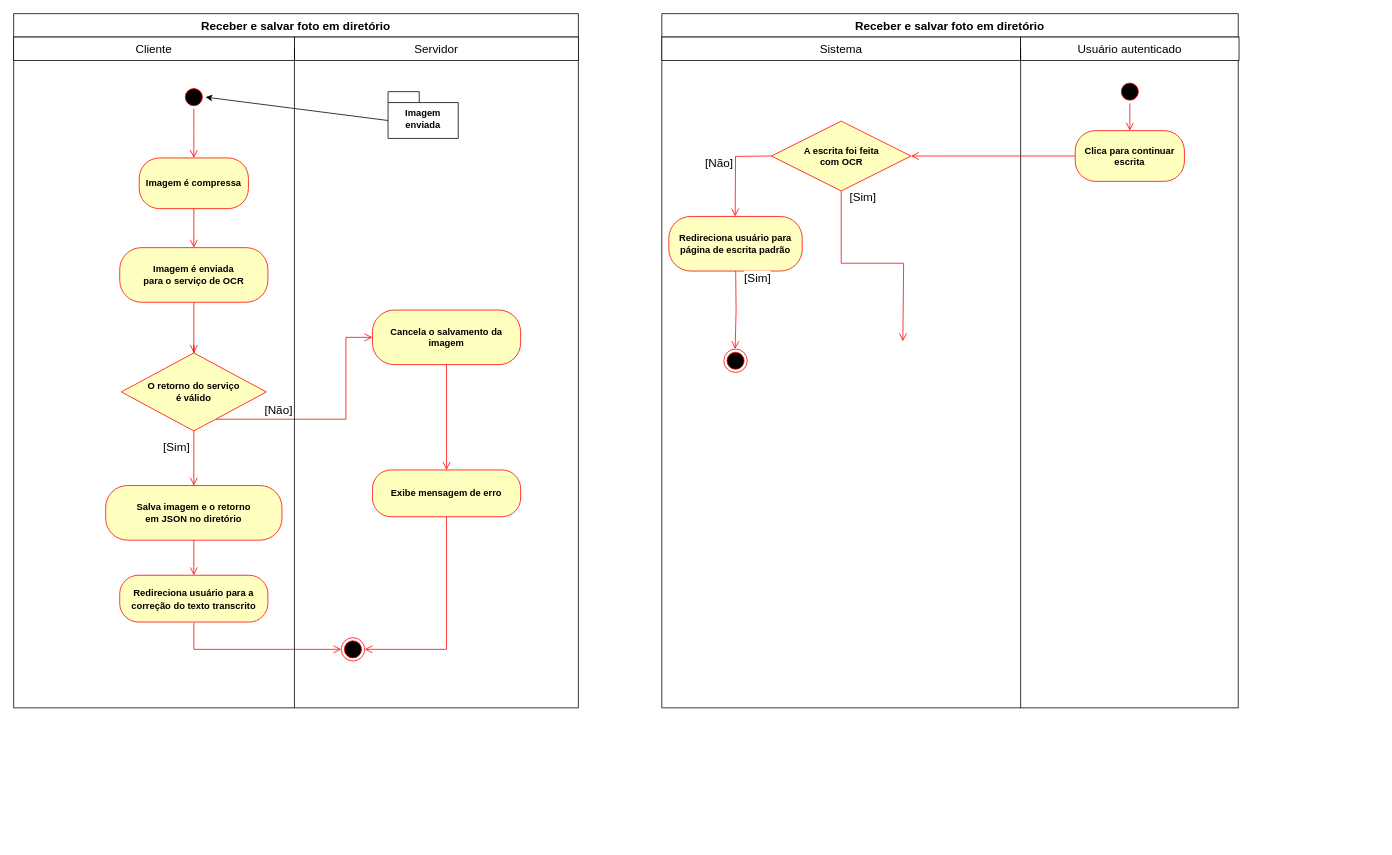
zanellaz/javascripto keeps this draw.io diagram as Atividade.drawio. Above is the earlier version. Source tidied: cells renumbered, new cells numbered last; positions are measured from the earlier drawing's top-left corner, leaving out a move shared by most shapes. Both pictures are drawn from the tidied source at 78%, with x=0, y=0 at pixel (13, 13).
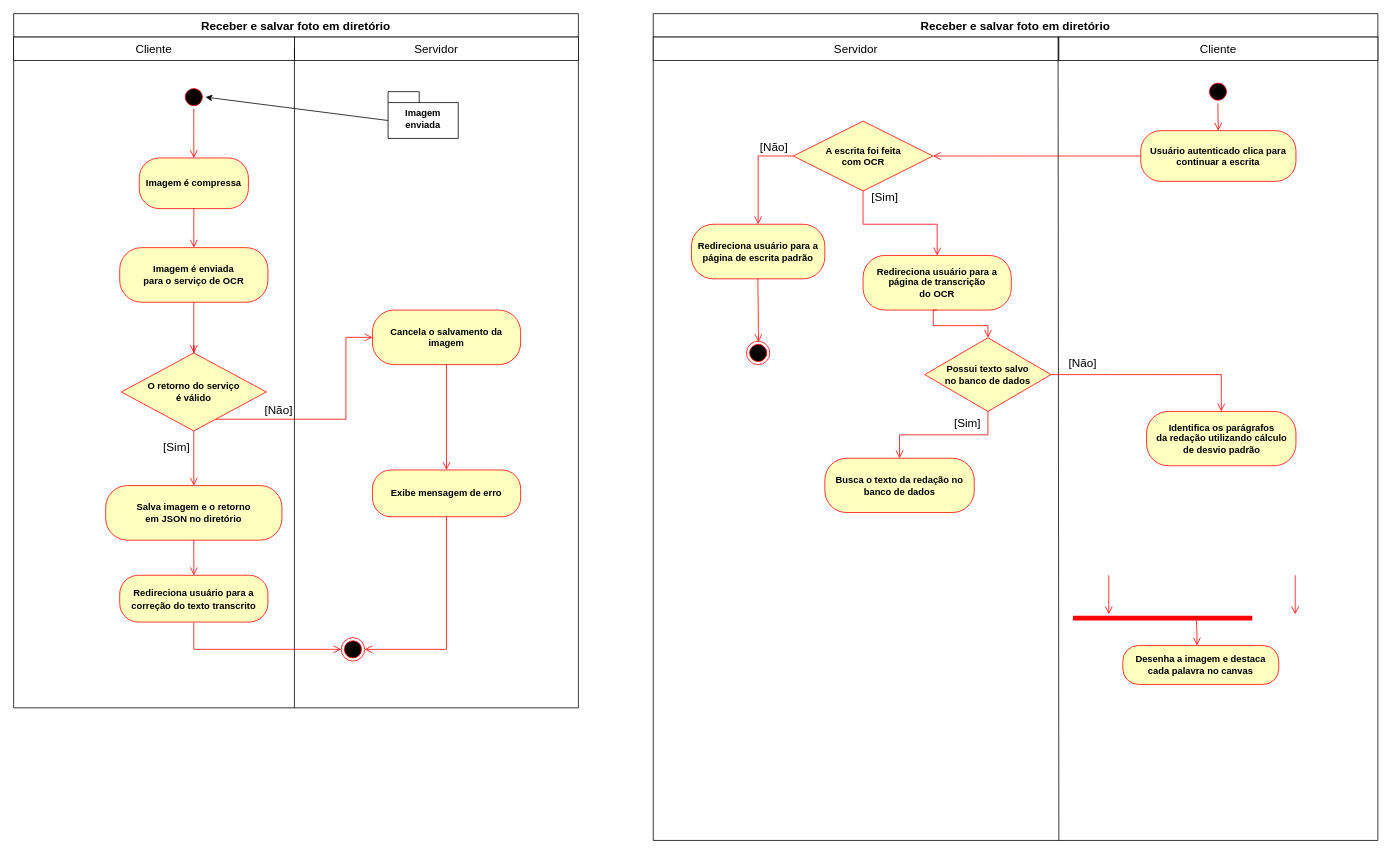
Above is the later version.

The change refers to these unchanged cells:
```xml
<mxCell id="20" style="ellipse;html=1;shape=endState;fillColor=#000000;strokeColor=#ff0000;" parent="2" vertex="1">
  <mxGeometry x="420" y="800" width="30" height="30" as="geometry" />
</mxCell>
```

The edit, as a diff of the source:
```diff
@@
     <mxCell id="26" value="&lt;font style=&quot;font-size: 15px;&quot;&gt;Receber e salvar foto em diretório&lt;/font&gt;" style="swimlane;whiteSpace=wrap;html=1;startSize=30;" parent="1" vertex="1">
-      <mxGeometry x="831" width="739" height="890" as="geometry" />
+      <mxGeometry x="820" width="929" height="1060" as="geometry" />
     </mxCell>
     <mxCell id="27" style="ellipse;html=1;shape=startState;fillColor=#000000;strokeColor=#ff0000;" parent="26" vertex="1">
-      <mxGeometry x="585" y="85" width="30" height="30" as="geometry" />
+      <mxGeometry x="709" y="85" width="30" height="30" as="geometry" />
     </mxCell>
@@
-    <mxCell id="29" value="&lt;b style=&quot;&quot;&gt;Clica para continuar escrita&lt;br&gt;&lt;/b&gt;" style="rounded=1;whiteSpace=wrap;html=1;arcSize=40;fontColor=#000000;fillColor=#ffffc0;strokeColor=#ff0000;" parent="26" vertex="1">
-      <mxGeometry x="530" y="150" width="140" height="65" as="geometry" />
+    <mxCell id="29" value="&lt;b&gt;Usuário autenticado clica para continuar a escrita&lt;br&gt;&lt;/b&gt;" style="rounded=1;whiteSpace=wrap;html=1;arcSize=40;fontColor=#000000;fillColor=#ffffc0;strokeColor=#ff0000;" parent="26" vertex="1">
+      <mxGeometry x="625" y="150" width="199" height="65" as="geometry" />
     </mxCell>
-    <mxCell id="30" value="&lt;b&gt;Redireciona usuário para página de escrita padrão&lt;br&gt;&lt;/b&gt;" style="rounded=1;whiteSpace=wrap;html=1;arcSize=40;fontColor=#000000;fillColor=#ffffc0;strokeColor=#ff0000;" parent="26" vertex="1">
-      <mxGeometry x="9" y="260" width="171" height="70" as="geometry" />
-    </mxCell>
-    <mxCell id="31" value="&lt;font size=&quot;1&quot;&gt;&lt;span style=&quot;font-size: 15px;&quot;&gt;Sistema&lt;/span&gt;&lt;/font&gt;" style="html=1;whiteSpace=wrap;" parent="26" vertex="1">
-      <mxGeometry y="30" width="460" height="30" as="geometry" />
+    <mxCell id="31" value="&lt;font style=&quot;font-size: 15px;&quot;&gt;Servidor&lt;/font&gt;" style="html=1;whiteSpace=wrap;" parent="26" vertex="1">
+      <mxGeometry y="30" width="520" height="30" as="geometry" />
     </mxCell>
-    <mxCell id="32" value="&lt;font style=&quot;font-size: 15px;&quot;&gt;Usuário autenticado&lt;/font&gt;" style="html=1;whiteSpace=wrap;" parent="26" vertex="1">
-      <mxGeometry x="460" y="30" width="280" height="30" as="geometry" />
+    <mxCell id="32" value="&lt;font style=&quot;font-size: 15px;&quot;&gt;Cliente&lt;/font&gt;" style="html=1;whiteSpace=wrap;" parent="26" vertex="1">
+      <mxGeometry x="520" y="30" width="409" height="30" as="geometry" />
     </mxCell>
-    <mxCell id="33" style="endArrow=none;html=1;rounded=0;entryX=1;entryY=0.5;entryDx=0;entryDy=0;" parent="26" edge="1" target="31">
+    <mxCell id="33" style="endArrow=none;html=1;rounded=0;entryX=0;entryY=0;entryDx=0;entryDy=0;" parent="26" edge="1">
       <mxGeometry relative="1" as="geometry">
-        <mxPoint x="460" y="890" as="sourcePoint" />
+        <mxPoint x="520" y="1060" as="sourcePoint" />
+        <mxPoint x="519" y="30" as="targetPoint" />
       </mxGeometry>
     </mxCell>
+    <mxCell id="30" value="&lt;b&gt;Redireciona usuário para a página de escrita padrão&lt;br&gt;&lt;/b&gt;" style="rounded=1;whiteSpace=wrap;html=1;arcSize=40;fontColor=#000000;fillColor=#ffffc0;strokeColor=#ff0000;" parent="26" vertex="1">
+      <mxGeometry x="49" y="270" width="171" height="70" as="geometry" />
+    </mxCell>
-    <mxCell id="34" value="&lt;font style=&quot;font-size: 15px;&quot;&gt;[Não]&lt;/font&gt;" style="edgeStyle=orthogonalEdgeStyle;html=1;align=left;verticalAlign=bottom;endArrow=open;endSize=8;strokeColor=#ff0000;rounded=0;exitX=0;exitY=0.5;exitDx=0;exitDy=0;entryX=0.5;entryY=0;entryDx=0;entryDy=0;" parent="26" edge="1">
-      <mxGeometry x="0.08" y="-40" relative="1" as="geometry">
-        <mxPoint x="140.5" y="182.5" as="sourcePoint" />
-        <mxPoint x="94" y="260" as="targetPoint" />
+    <mxCell id="34" value="&lt;font style=&quot;font-size: 15px;&quot;&gt;[Não]&lt;/font&gt;" style="edgeStyle=orthogonalEdgeStyle;html=1;align=left;verticalAlign=bottom;endArrow=open;endSize=8;strokeColor=#ff0000;rounded=0;exitX=0;exitY=0.5;exitDx=0;exitDy=0;entryX=0.5;entryY=0;entryDx=0;entryDy=0;" parent="26" edge="1" target="30">
+      <mxGeometry x="-0.32" relative="1" as="geometry">
+        <mxPoint x="179.5" y="182.5" as="sourcePoint" />
+        <Array as="points">
+          <mxPoint x="135" y="183" />
+        </Array>
       </mxGeometry>
     </mxCell>
-    <mxCell id="35" value="&lt;font style=&quot;font-size: 15px;&quot;&gt;[Sim]&lt;/font&gt;" style="edgeStyle=orthogonalEdgeStyle;html=1;align=left;verticalAlign=top;endArrow=open;endSize=8;strokeColor=#ff0000;rounded=0;exitX=0.5;exitY=1;exitDx=0;exitDy=0;" parent="26" edge="1">
+    <mxCell id="35" value="&lt;font style=&quot;font-size: 15px;&quot;&gt;[Sim]&lt;/font&gt;" style="edgeStyle=orthogonalEdgeStyle;html=1;align=left;verticalAlign=top;endArrow=open;endSize=8;strokeColor=#ff0000;rounded=0;exitX=0.5;exitY=1;exitDx=0;exitDy=0;entryX=0.5;entryY=0;entryDx=0;entryDy=0;" parent="26" edge="1" target="41">
       <mxGeometry x="-1" y="12" relative="1" as="geometry">
-        <mxPoint x="230" y="227.2" as="sourcePoint" />
-        <mxPoint x="309" y="420" as="targetPoint" />
+        <mxPoint x="269" y="227.2" as="sourcePoint" />
         <Array as="points">
-          <mxPoint x="230" y="320" />
-          <mxPoint x="310" y="320" />
-          <mxPoint x="310" y="420" />
+          <mxPoint x="269" y="270" />
+          <mxPoint x="364" y="270" />
         </Array>
         <mxPoint x="-3" y="-7" as="offset" />
       </mxGeometry>
     </mxCell>
-    <mxCell id="36" value="&lt;font style=&quot;font-size: 15px;&quot;&gt;[Sim]&lt;/font&gt;" style="edgeStyle=orthogonalEdgeStyle;html=1;align=left;verticalAlign=top;endArrow=open;endSize=8;strokeColor=#ff0000;rounded=0;exitX=0.5;exitY=1;exitDx=0;exitDy=0;" parent="26" edge="1">
+    <mxCell id="36" style="edgeStyle=orthogonalEdgeStyle;html=1;align=left;verticalAlign=top;endArrow=open;endSize=8;strokeColor=#ff0000;rounded=0;exitX=0.5;exitY=1;exitDx=0;exitDy=0;entryX=0.5;entryY=0;entryDx=0;entryDy=0;" parent="26" edge="1">
       <mxGeometry x="-1" y="12" relative="1" as="geometry">
-        <mxPoint x="94.7" y="330" as="sourcePoint" />
-        <mxPoint x="94" y="430" as="targetPoint" />
+        <mxPoint x="134.1" y="339" as="sourcePoint" />
+        <mxPoint x="134.9" y="421" as="targetPoint" />
         <mxPoint x="-3" y="-7" as="offset" />
       </mxGeometry>
     </mxCell>
     <mxCell id="37" style="ellipse;html=1;shape=endState;fillColor=#000000;strokeColor=#ff0000;" parent="26" vertex="1">
-      <mxGeometry x="79.5" y="430" width="30" height="30" as="geometry" />
+      <mxGeometry x="119.5" y="420" width="30" height="30" as="geometry" />
     </mxCell>
-    <mxCell id="38" style="edgeStyle=orthogonalEdgeStyle;html=1;verticalAlign=bottom;endArrow=open;endSize=8;strokeColor=#ff0000;rounded=0;entryX=0;entryY=0.5;entryDx=0;entryDy=0;" parent="1" edge="1" target="20">
-      <mxGeometry relative="1" as="geometry">
-        <mxPoint x="231" y="781" as="sourcePoint" />
-        <Array as="points">
-          <mxPoint x="231" y="815" />
-        </Array>
-      </mxGeometry>
-    </mxCell>
+    <mxCell id="41" value="&lt;b&gt;Redireciona usuário para a página de transcrição &lt;br&gt;do OCR&lt;br&gt;&lt;/b&gt;" style="rounded=1;whiteSpace=wrap;html=1;arcSize=40;fontColor=#000000;fillColor=#ffffc0;strokeColor=#ff0000;" parent="26" vertex="1">
+      <mxGeometry x="269" y="310" width="190" height="70" as="geometry" />
+    </mxCell>
+    <mxCell id="42" value="&lt;b&gt;Busca o texto da redação no banco de dados&lt;br&gt;&lt;/b&gt;" style="rounded=1;whiteSpace=wrap;html=1;arcSize=40;fontColor=#000000;fillColor=#ffffc0;strokeColor=#ff0000;" parent="26" vertex="1">
+      <mxGeometry x="220" y="570" width="191.5" height="69.6" as="geometry" />
+    </mxCell>
-    <mxCell id="39" value="&lt;b&gt;A escrita foi feita &lt;br&gt;com OCR&lt;/b&gt;" style="rhombus;whiteSpace=wrap;html=1;fontColor=#000000;fillColor=#ffffc0;strokeColor=#ff0000;" parent="1" vertex="1">
-      <mxGeometry x="971.5" y="137.8" width="179" height="89.5" as="geometry" />
+    <mxCell id="39" value="&lt;b&gt;A escrita foi feita &lt;br&gt;com OCR&lt;/b&gt;" style="rhombus;whiteSpace=wrap;html=1;fontColor=#000000;fillColor=#ffffc0;strokeColor=#ff0000;" parent="26" vertex="1">
+      <mxGeometry x="179.5" y="137.8" width="179" height="89.5" as="geometry" />
     </mxCell>
-    <mxCell id="40" style="edgeStyle=orthogonalEdgeStyle;html=1;verticalAlign=bottom;endArrow=open;endSize=8;strokeColor=#ff0000;rounded=0;entryX=1;entryY=0.5;entryDx=0;entryDy=0;" parent="1" edge="1" source="29" target="39">
+    <mxCell id="40" style="edgeStyle=orthogonalEdgeStyle;html=1;verticalAlign=bottom;endArrow=open;endSize=8;strokeColor=#ff0000;rounded=0;entryX=1;entryY=0.5;entryDx=0;entryDy=0;" parent="26" edge="1" source="29" target="39">
       <mxGeometry relative="1" as="geometry" />
     </mxCell>
+    <mxCell id="43" style="edgeStyle=orthogonalEdgeStyle;html=1;align=left;verticalAlign=top;endArrow=open;endSize=8;strokeColor=#ff0000;rounded=0;exitX=0.5;exitY=1;exitDx=0;exitDy=0;entryX=0.5;entryY=0;entryDx=0;entryDy=0;" parent="26" edge="1" target="44">
+      <mxGeometry x="-1" y="12" relative="1" as="geometry">
+        <mxPoint x="363.8" y="380" as="sourcePoint" />
+        <Array as="points">
+          <mxPoint x="359" y="380" />
+          <mxPoint x="359" y="400" />
+          <mxPoint x="429" y="400" />
+        </Array>
+        <mxPoint x="-3" y="-7" as="offset" />
+      </mxGeometry>
+    </mxCell>
+    <mxCell id="44" value="&lt;b&gt;Possui texto salvo&lt;br&gt; no banco de dados&lt;/b&gt;" style="rhombus;whiteSpace=wrap;html=1;fontColor=#000000;fillColor=#ffffc0;strokeColor=#ff0000;" parent="26" vertex="1">
+      <mxGeometry x="348.1" y="415.5" width="161.9" height="94.5" as="geometry" />
+    </mxCell>
+    <mxCell id="45" value="&lt;font style=&quot;font-size: 15px;&quot;&gt;[Não]&lt;/font&gt;" style="edgeStyle=orthogonalEdgeStyle;html=1;align=left;verticalAlign=bottom;endArrow=open;endSize=8;strokeColor=#ff0000;rounded=0;entryX=0.5;entryY=0;entryDx=0;entryDy=0;exitX=1;exitY=0.5;exitDx=0;exitDy=0;" parent="26" edge="1" source="44" target="47">
+      <mxGeometry x="-0.84" y="3" relative="1" as="geometry" />
+    </mxCell>
+    <mxCell id="46" value="&lt;font style=&quot;font-size: 15px;&quot;&gt;[Sim]&lt;/font&gt;" style="edgeStyle=orthogonalEdgeStyle;html=1;align=left;verticalAlign=top;endArrow=open;endSize=8;strokeColor=#ff0000;rounded=0;entryX=0.5;entryY=0;entryDx=0;entryDy=0;exitX=0.5;exitY=1;exitDx=0;exitDy=0;" parent="26" edge="1" source="44" target="42">
+      <mxGeometry x="-0.14" y="-30" relative="1" as="geometry" />
+    </mxCell>
+    <mxCell id="47" value="&lt;b&gt;Identifica os parágrafos &lt;br&gt;da redação utilizando cálculo&lt;br&gt; de desvio padrão&lt;br&gt;&lt;/b&gt;" style="rounded=1;whiteSpace=wrap;html=1;arcSize=40;fontColor=#000000;fillColor=#ffffc0;strokeColor=#ff0000;" parent="26" vertex="1">
+      <mxGeometry x="632.5" y="510" width="191.5" height="69.6" as="geometry" />
+    </mxCell>
+    <mxCell id="48" value="&lt;b&gt;Desenha a imagem e&amp;nbsp;&lt;/b&gt;&lt;b&gt;destaca&lt;br&gt; cada palavra&lt;/b&gt;&lt;b&gt; no canvas&lt;br&gt;&lt;/b&gt;" style="rounded=1;whiteSpace=wrap;html=1;arcSize=40;fontColor=#000000;fillColor=#ffffc0;strokeColor=#ff0000;" parent="26" vertex="1">
+      <mxGeometry x="602" y="810" width="200" height="50" as="geometry" />
+    </mxCell>
+    <mxCell id="49" style="edgeStyle=orthogonalEdgeStyle;html=1;align=left;verticalAlign=top;endArrow=open;endSize=8;strokeColor=#ff0000;rounded=0;" parent="26" edge="1">
+      <mxGeometry x="-1" relative="1" as="geometry">
+        <mxPoint x="823" y="720" as="sourcePoint" />
+        <mxPoint x="823" y="770" as="targetPoint" />
+      </mxGeometry>
+    </mxCell>
+    <mxCell id="50" style="shape=line;html=1;strokeWidth=6;strokeColor=#ff0000;" parent="26" vertex="1">
+      <mxGeometry x="538" y="770" width="230" height="10" as="geometry" />
+    </mxCell>
+    <mxCell id="51" style="edgeStyle=orthogonalEdgeStyle;html=1;align=left;verticalAlign=top;endArrow=open;endSize=8;strokeColor=#ff0000;rounded=0;" parent="26" edge="1">
+      <mxGeometry x="-1" relative="1" as="geometry">
+        <mxPoint x="696.5" y="778" as="sourcePoint" />
+        <mxPoint x="697" y="810" as="targetPoint" />
+      </mxGeometry>
+    </mxCell>
+    <mxCell id="52" style="edgeStyle=orthogonalEdgeStyle;html=1;align=left;verticalAlign=top;endArrow=open;endSize=8;strokeColor=#ff0000;rounded=0;" parent="26" edge="1">
+      <mxGeometry x="-1" relative="1" as="geometry">
+        <mxPoint x="584" y="720" as="sourcePoint" />
+        <mxPoint x="584" y="770" as="targetPoint" />
+      </mxGeometry>
+    </mxCell>
+    <mxCell id="38" style="edgeStyle=orthogonalEdgeStyle;html=1;verticalAlign=bottom;endArrow=open;endSize=8;strokeColor=#ff0000;rounded=0;entryX=0;entryY=0.5;entryDx=0;entryDy=0;" parent="1" edge="1" target="20">
+      <mxGeometry relative="1" as="geometry">
+        <mxPoint x="231" y="781" as="sourcePoint" />
+        <Array as="points">
+          <mxPoint x="231" y="815" />
+        </Array>
+      </mxGeometry>
+    </mxCell>
```
